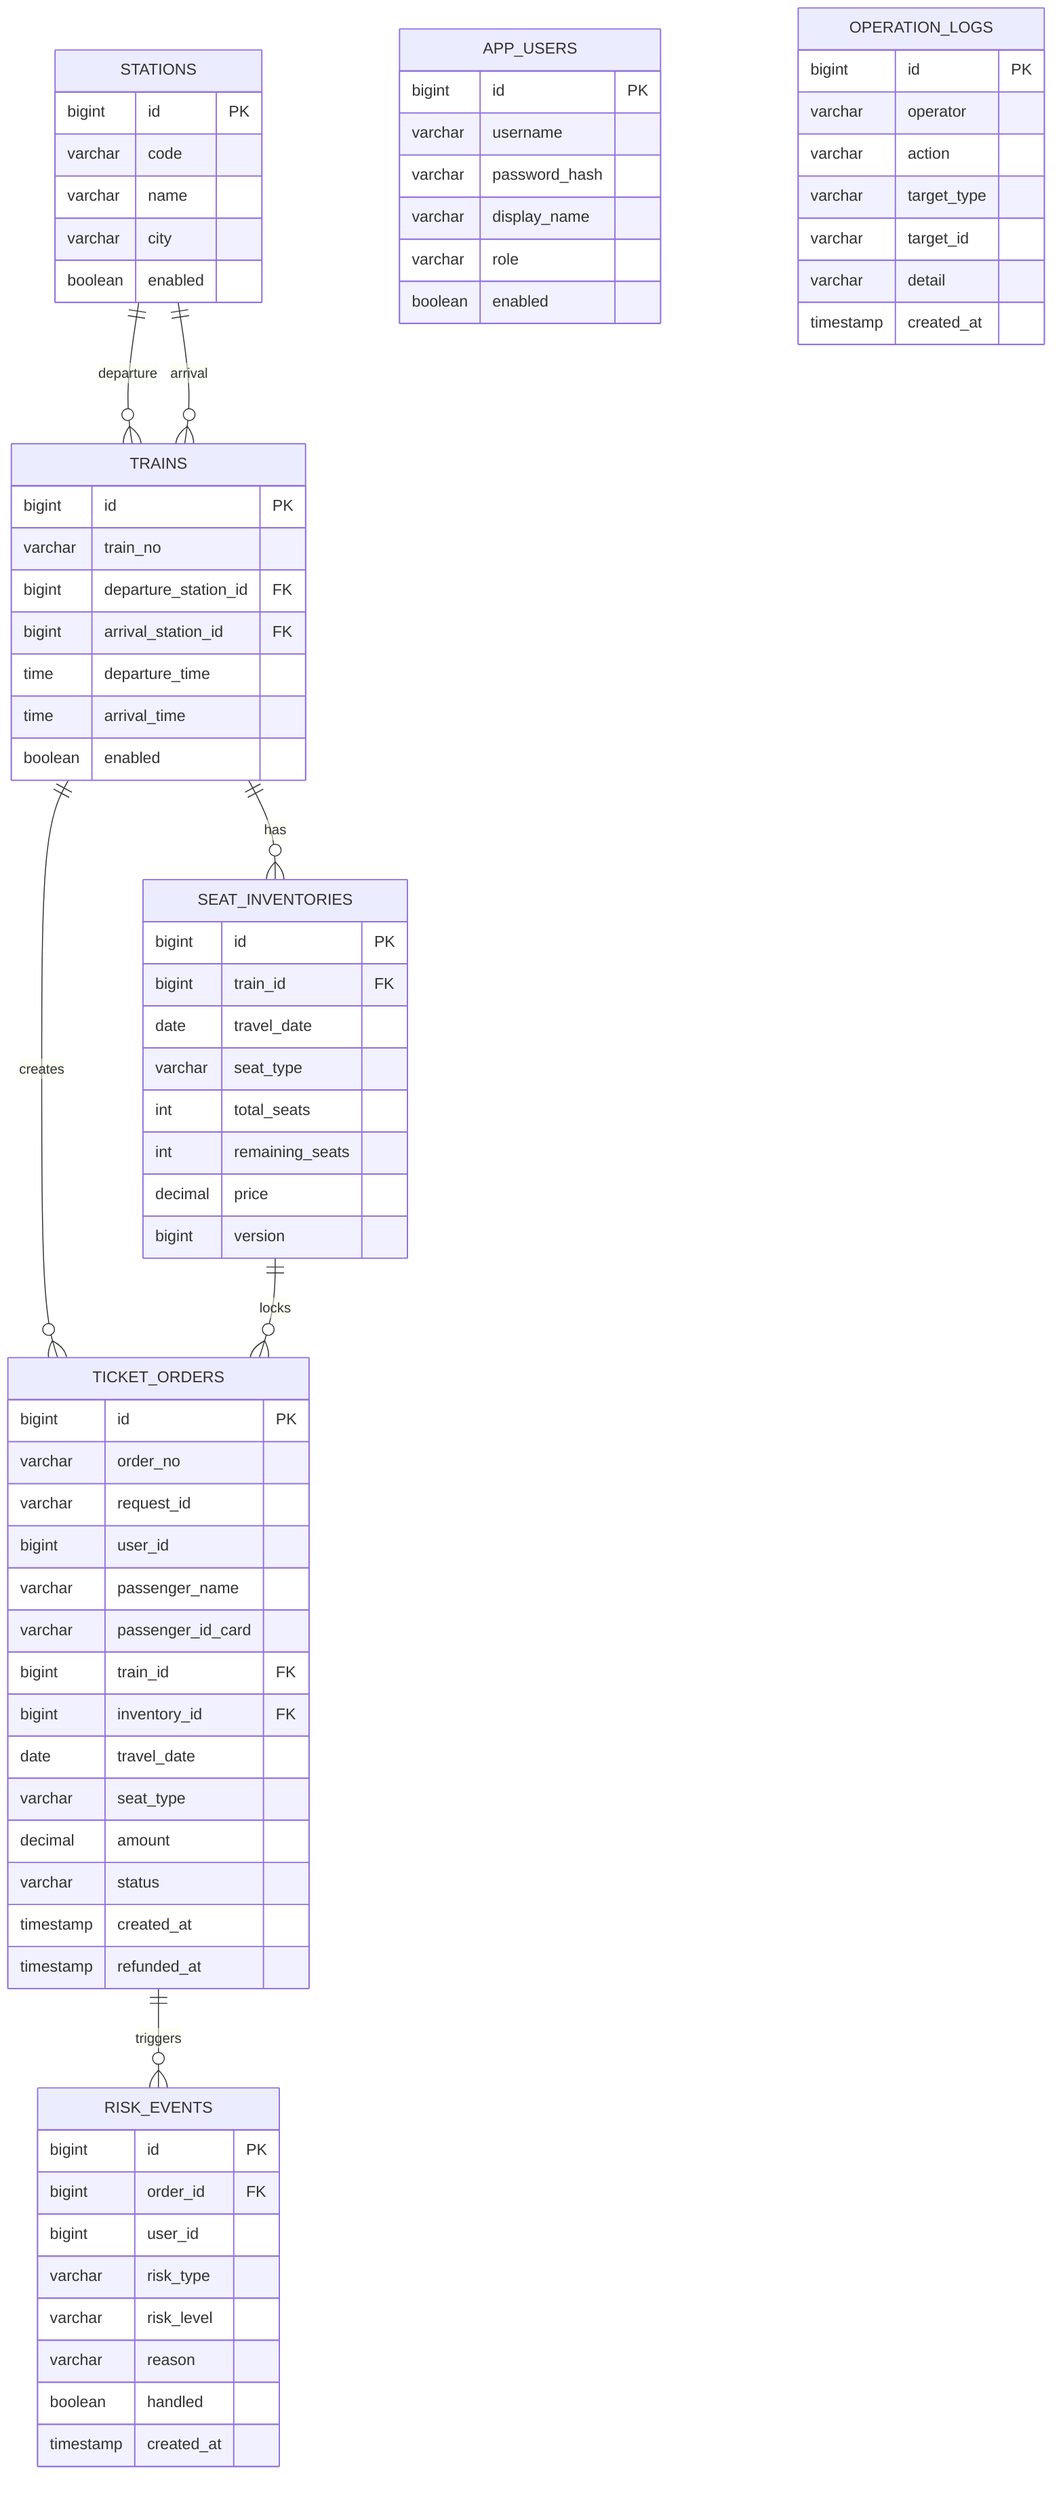
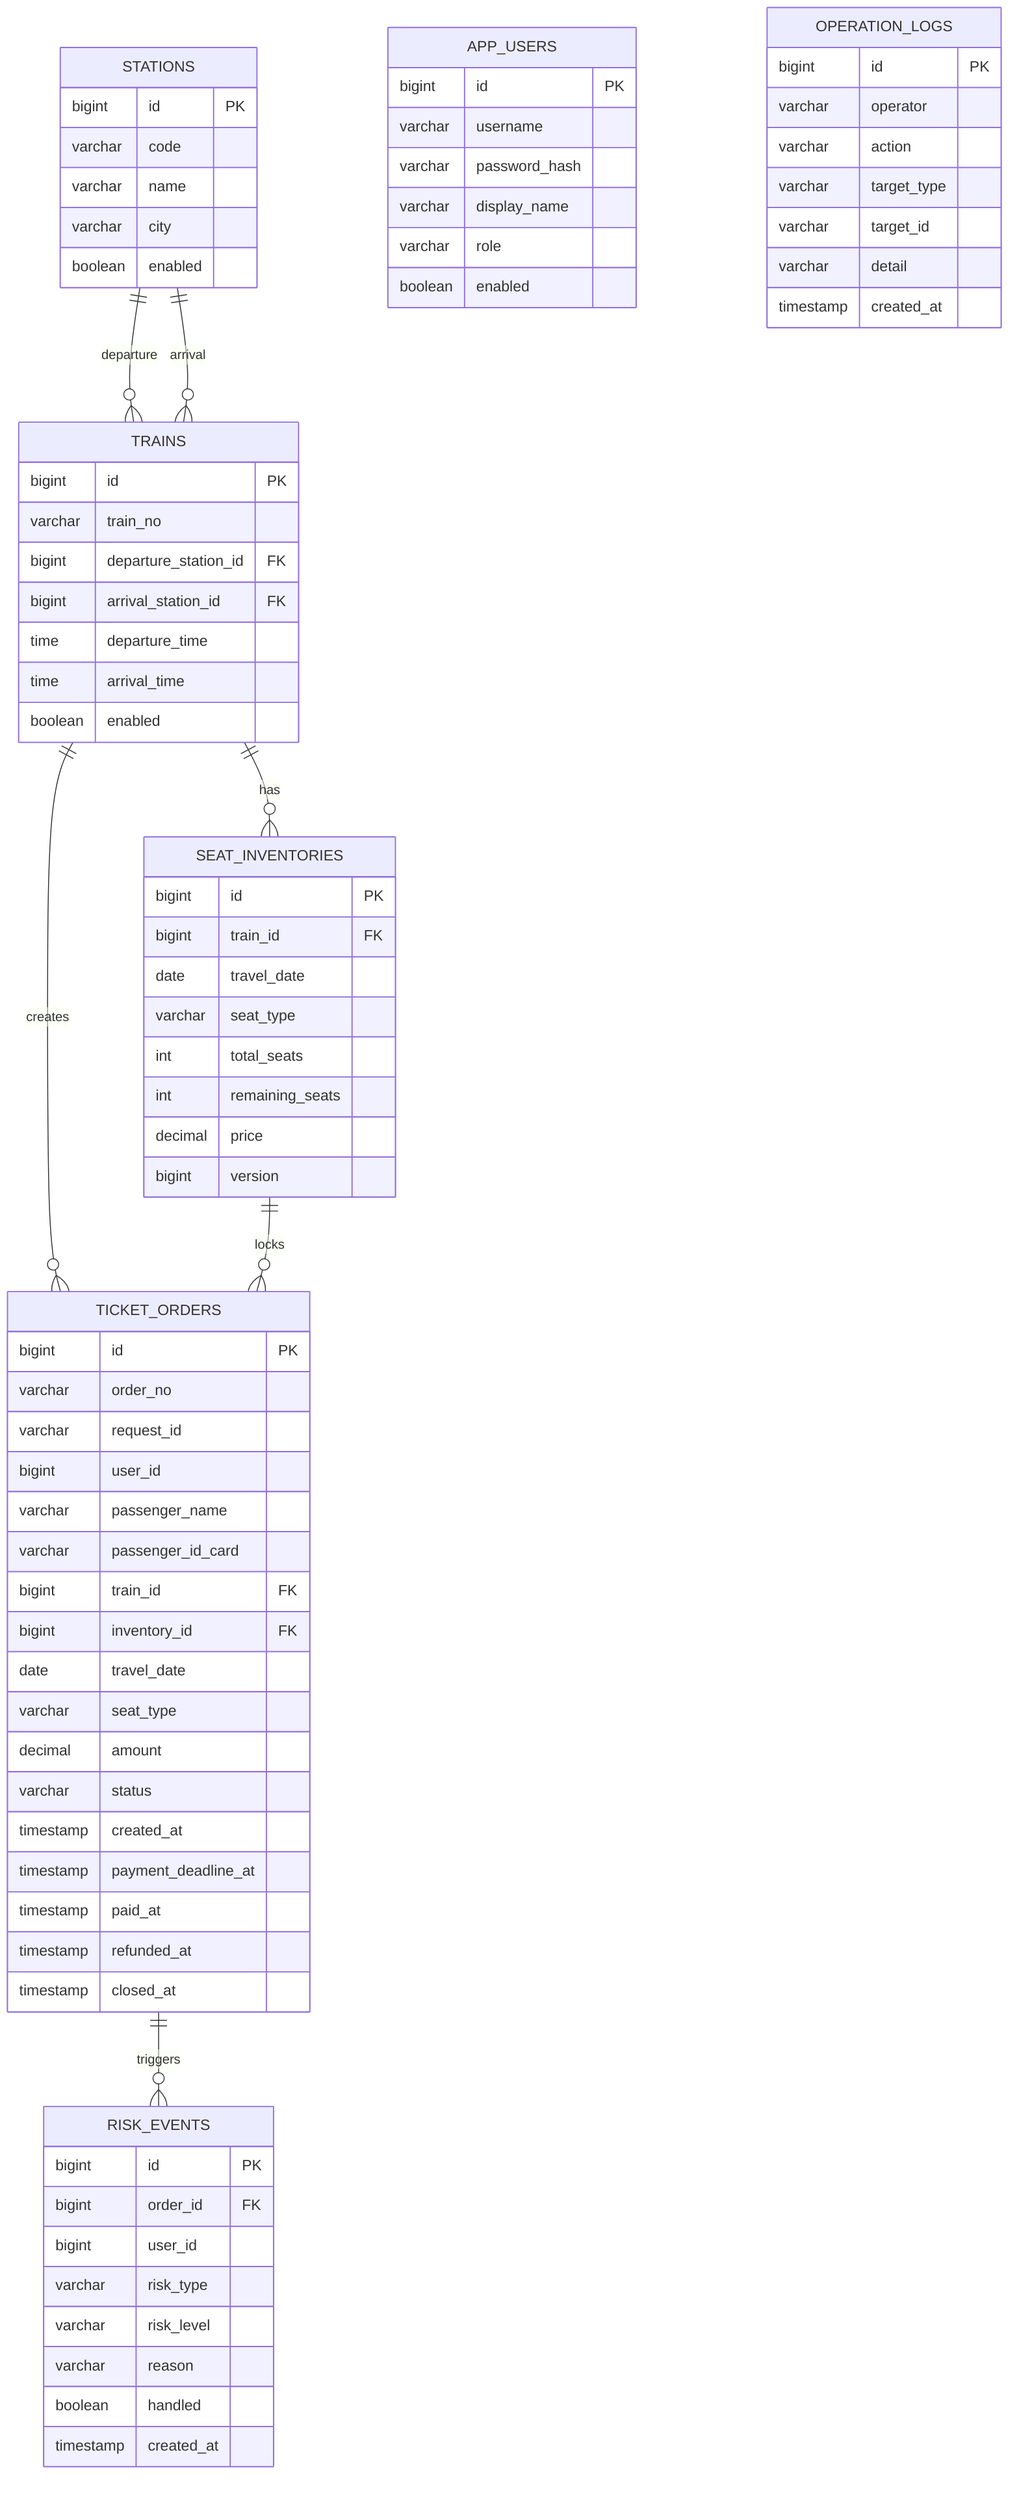
erDiagram
    STATIONS ||--o{ TRAINS : departure
    STATIONS ||--o{ TRAINS : arrival
    TRAINS ||--o{ SEAT_INVENTORIES : has
    TRAINS ||--o{ TICKET_ORDERS : creates
    SEAT_INVENTORIES ||--o{ TICKET_ORDERS : locks
    TICKET_ORDERS ||--o{ RISK_EVENTS : triggers

    APP_USERS {
        bigint id PK
        varchar username
        varchar password_hash
        varchar display_name
        varchar role
        boolean enabled
    }

    STATIONS {
        bigint id PK
        varchar code
        varchar name
        varchar city
        boolean enabled
    }

    TRAINS {
        bigint id PK
        varchar train_no
        bigint departure_station_id FK
        bigint arrival_station_id FK
        time departure_time
        time arrival_time
        boolean enabled
    }

    SEAT_INVENTORIES {
        bigint id PK
        bigint train_id FK
        date travel_date
        varchar seat_type
        int total_seats
        int remaining_seats
        decimal price
        bigint version
    }

    TICKET_ORDERS {
        bigint id PK
        varchar order_no
        varchar request_id
        bigint user_id
        varchar passenger_name
        varchar passenger_id_card
        bigint train_id FK
        bigint inventory_id FK
        date travel_date
        varchar seat_type
        decimal amount
        varchar status
        timestamp created_at
+         timestamp payment_deadline_at
+         timestamp paid_at
        timestamp refunded_at
+         timestamp closed_at
    }

    RISK_EVENTS {
        bigint id PK
        bigint order_id FK
        bigint user_id
        varchar risk_type
        varchar risk_level
        varchar reason
        boolean handled
        timestamp created_at
    }

    OPERATION_LOGS {
        bigint id PK
        varchar operator
        varchar action
        varchar target_type
        varchar target_id
        varchar detail
        timestamp created_at
    }
